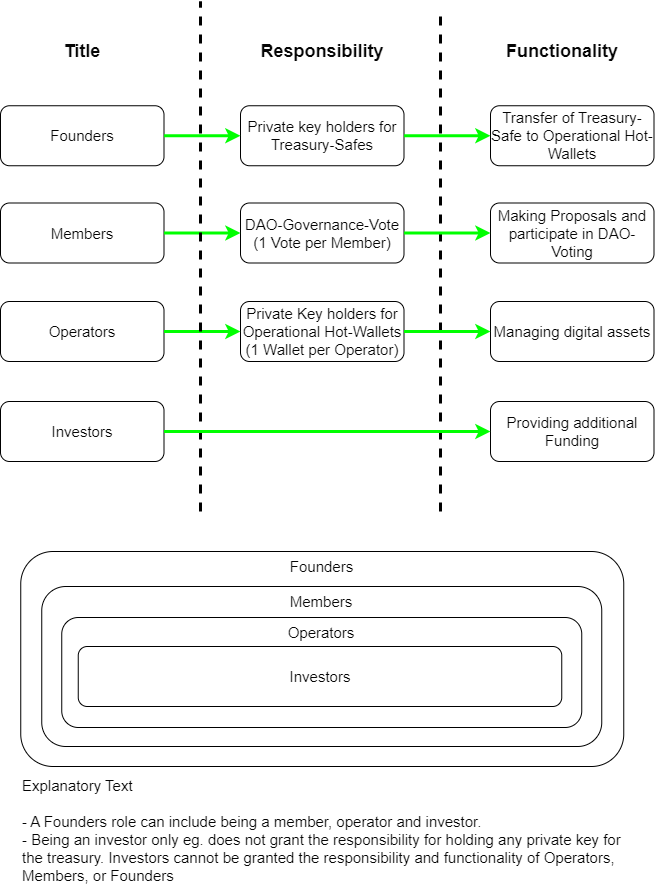
Before: 00_Organisational/Diagrams/roles.drawio.png, a diagram exported from draw.io (Vedaykin/2ndRenaissanceSociety). Source tidied: cells renumbered, new cells last; positions are measured from the earlier drawing's top-left corner, leaving out a move shared by most shapes.
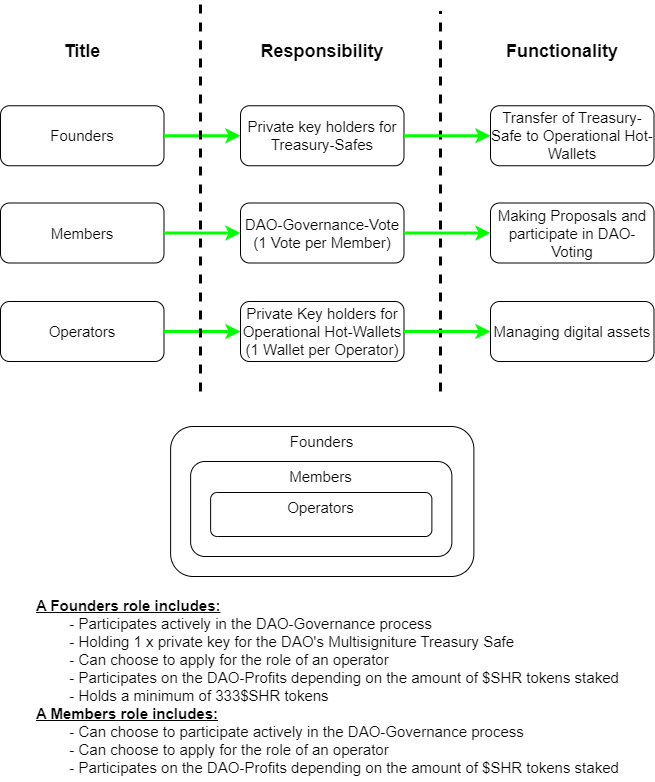
Later version of the same file.

Commit message:
Updated diagrams, pictures and tables

The edit, as a diff of the source:
```diff
@@ -11,9 +11,6 @@
     <mxCell id="4" value="Operators" style="rounded=1;whiteSpace=wrap;html=1;fontSize=15;fontColor=#050505;" parent="1" vertex="1">
       <mxGeometry y="300" width="163.5" height="60" as="geometry" />
     </mxCell>
-    <mxCell id="5" value="Investors" style="rounded=1;whiteSpace=wrap;html=1;fontSize=15;fontColor=#050505;" parent="1" vertex="1">
-      <mxGeometry y="400" width="163.5" height="60" as="geometry" />
-    </mxCell>
     <mxCell id="6" value="Private key holders for Treasury-Safes" style="rounded=1;whiteSpace=wrap;html=1;fontSize=15;fontColor=#050505;" parent="1" vertex="1">
       <mxGeometry x="240" y="104.2" width="163.5" height="60" as="geometry" />
     </mxCell>
@@ -34,13 +31,13 @@
     </mxCell>
     <mxCell id="12" style="endArrow=none;dashed=1;html=1;rounded=0;fontSize=14;strokeWidth=3;" parent="1" edge="1">
       <mxGeometry relative="1" as="geometry">
-        <mxPoint x="200" y="510" as="sourcePoint" />
+        <mxPoint x="200" y="390" as="sourcePoint" />
         <mxPoint x="200" as="targetPoint" />
       </mxGeometry>
     </mxCell>
     <mxCell id="13" style="endArrow=none;dashed=1;html=1;rounded=0;strokeWidth=3;" parent="1" edge="1">
       <mxGeometry relative="1" as="geometry">
-        <mxPoint x="440" y="510" as="sourcePoint" />
+        <mxPoint x="440" y="390" as="sourcePoint" />
         <mxPoint x="440" y="10" as="targetPoint" />
       </mxGeometry>
     </mxCell>
@@ -62,9 +59,6 @@
     <mxCell id="19" value="Managing digital assets" style="rounded=1;whiteSpace=wrap;html=1;fontSize=15;fontColor=#050505;" parent="1" vertex="1">
       <mxGeometry x="490" y="300" width="163.5" height="60" as="geometry" />
     </mxCell>
-    <mxCell id="20" value="Providing additional Funding" style="rounded=1;whiteSpace=wrap;html=1;fontSize=15;fontColor=#050505;" parent="1" vertex="1">
-      <mxGeometry x="490" y="400" width="163.5" height="60" as="geometry" />
-    </mxCell>
     <mxCell id="21" style="endArrow=classic;startArrow=none;html=1;rounded=0;entryX=0;entryY=0.5;entryDx=0;entryDy=0;exitX=1;exitY=0.5;exitDx=0;exitDy=0;fontColor=#050505;strokeColor=#00FF00;strokeWidth=3;startFill=0;fontSize=15;" parent="1" edge="1" source="6" target="17">
       <mxGeometry relative="1" as="geometry" />
     </mxCell>
@@ -74,23 +68,17 @@
     <mxCell id="23" style="endArrow=classic;startArrow=none;html=1;rounded=0;entryX=0;entryY=0.5;entryDx=0;entryDy=0;exitX=1;exitY=0.5;exitDx=0;exitDy=0;fontColor=#050505;strokeColor=#00FF00;strokeWidth=3;startFill=0;fontSize=15;" parent="1" edge="1" source="8" target="19">
       <mxGeometry relative="1" as="geometry" />
     </mxCell>
-    <mxCell id="24" style="endArrow=classic;startArrow=none;html=1;rounded=0;entryX=0;entryY=0.5;entryDx=0;entryDy=0;exitX=1;exitY=0.5;exitDx=0;exitDy=0;fontColor=#050505;strokeColor=#00FF00;strokeWidth=3;startFill=0;fontSize=15;" parent="1" edge="1" source="5" target="20">
-      <mxGeometry relative="1" as="geometry" />
-    </mxCell>
     <mxCell id="25" value="Founders" style="rounded=1;whiteSpace=wrap;html=1;fontSize=15;fontColor=#050505;verticalAlign=top;" parent="1" vertex="1">
-      <mxGeometry x="20.2" y="550" width="603" height="215" as="geometry" />
+      <mxGeometry x="170.1" y="425" width="303.2" height="150" as="geometry" />
     </mxCell>
     <mxCell id="26" value="Members" style="rounded=1;whiteSpace=wrap;html=1;fontSize=15;fontColor=#050505;verticalAlign=top;" parent="1" vertex="1">
-      <mxGeometry x="41.2" y="585" width="560" height="160" as="geometry" />
+      <mxGeometry x="190.1" y="460" width="261.2" height="95" as="geometry" />
     </mxCell>
     <mxCell id="27" value="Operators" style="rounded=1;whiteSpace=wrap;html=1;fontSize=15;fontColor=#050505;verticalAlign=top;" parent="1" vertex="1">
-      <mxGeometry x="61.2" y="616" width="520" height="110" as="geometry" />
+      <mxGeometry x="210.1" y="491" width="221.2" height="44" as="geometry" />
     </mxCell>
-    <mxCell id="28" value="Investors" style="rounded=1;whiteSpace=wrap;html=1;fontSize=15;fontColor=#050505;verticalAlign=middle;" parent="1" vertex="1">
-      <mxGeometry x="77.8" y="645" width="483.5" height="60" as="geometry" />
-    </mxCell>
-    <mxCell id="29" value="Explanatory Text&lt;br&gt;&lt;br&gt;&lt;div style=&quot;&quot;&gt;&lt;span style=&quot;background-color: initial;&quot;&gt;- A Founders role can include being a member, operator and investor.&lt;/span&gt;&lt;/div&gt;&lt;div style=&quot;&quot;&gt;&lt;span style=&quot;background-color: initial;&quot;&gt;- Being an investor only eg. does not grant the responsibility for holding any private key for the treasury. Investors cannot be granted the responsibility and functionality of Operators, Members, or Founders&lt;/span&gt;&lt;/div&gt;" style="rounded=1;whiteSpace=wrap;html=1;fontSize=15;fontColor=#050505;align=left;strokeColor=none;" parent="1" vertex="1">
-      <mxGeometry x="20.2" y="774" width="609.8" height="110" as="geometry" />
+    <mxCell id="29" value="&lt;b&gt;&lt;u&gt;&lt;span style=&quot;background-color: initial;&quot;&gt;A Founders role includes:&lt;/span&gt;&lt;br&gt;&lt;/u&gt;&lt;/b&gt;&lt;div style=&quot;&quot;&gt;&lt;span style=&quot;background-color: initial;&quot;&gt;&lt;span style=&quot;white-space: pre;&quot;&gt; &lt;/span&gt;- Participates actively in the DAO-Governance process&lt;br&gt;&lt;/span&gt;&lt;/div&gt;&lt;div style=&quot;&quot;&gt;&lt;span style=&quot;background-color: initial;&quot;&gt;&lt;span style=&quot;white-space: pre;&quot;&gt; &lt;/span&gt;- Holding 1 x private key for the DAO's Multisigniture Treasury Safe&lt;br&gt;&lt;/span&gt;&lt;/div&gt;&lt;div style=&quot;&quot;&gt;&lt;span style=&quot;background-color: initial;&quot;&gt;&lt;span style=&quot;white-space: pre;&quot;&gt; &lt;/span&gt;- Can choose to apply for the role of an operator&lt;br&gt;&lt;/span&gt;&lt;/div&gt;&lt;div style=&quot;&quot;&gt;&lt;span style=&quot;background-color: initial;&quot;&gt;&lt;span style=&quot;white-space: pre;&quot;&gt; &lt;/span&gt;- Participates on the DAO-Profits depending on the amount of $SHR tokens staked&lt;br&gt;&lt;/span&gt;&lt;/div&gt;&lt;div style=&quot;&quot;&gt;&lt;span style=&quot;background-color: initial;&quot;&gt;&lt;span style=&quot;white-space: pre;&quot;&gt; &lt;/span&gt;- Holds a minimum of 333$SHR tokens&lt;br&gt;&lt;/span&gt;&lt;/div&gt;&lt;div style=&quot;&quot;&gt;&lt;span style=&quot;background-color: initial;&quot;&gt;&lt;b&gt;&lt;u&gt;A Members role includes:&lt;/u&gt;&lt;/b&gt;&lt;/span&gt;&lt;/div&gt;&lt;div style=&quot;&quot;&gt;&lt;span style=&quot;background-color: initial;&quot;&gt;&lt;span style=&quot;white-space: pre;&quot;&gt; &lt;/span&gt;- Can choose to participate actively in the DAO-Governance process&lt;br&gt;&lt;/span&gt;&lt;/div&gt;&lt;div style=&quot;&quot;&gt;&lt;span style=&quot;background-color: initial;&quot;&gt;&lt;span style=&quot;white-space: pre;&quot;&gt; &lt;/span&gt;- Can choose to apply for the role of an operator&lt;/span&gt;&lt;/div&gt;&lt;div style=&quot;&quot;&gt;&lt;span style=&quot;background-color: initial;&quot;&gt;&lt;span style=&quot;white-space: pre;&quot;&gt; &lt;/span&gt;- Participates on the DAO-Profits depending on the amount of $SHR tokens staked&lt;br&gt;&lt;/span&gt;&lt;/div&gt;" style="rounded=1;whiteSpace=wrap;html=1;fontSize=15;fontColor=#050505;align=left;strokeColor=none;" parent="1" vertex="1">
+      <mxGeometry x="33.8" y="590" width="609.8" height="190" as="geometry" />
     </mxCell>
   </root>
 </mxGraphModel>
```
